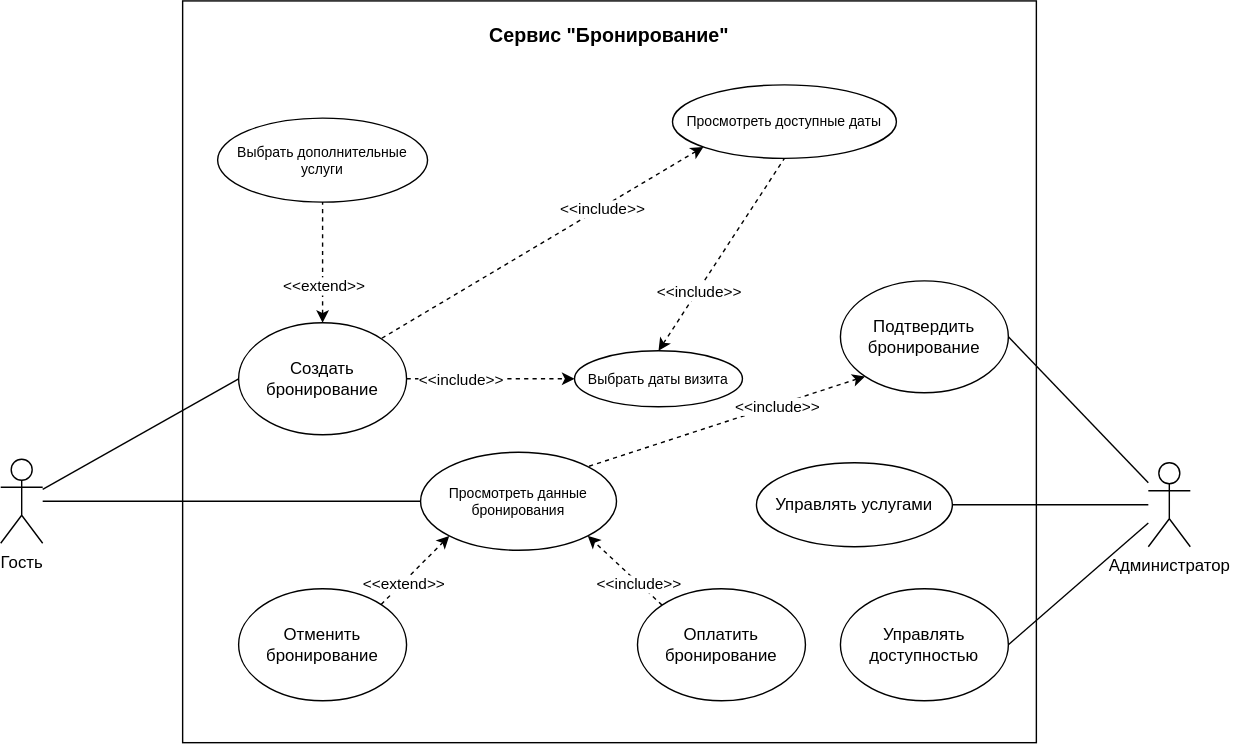
Before: diagrams/use-case-booking.svg, a diagram exported from draw.io (vladislavperovsky/lagom-resort-system-analysis). Source tidied: cells renumbered, new cells last; positions are measured from the earlier drawing's top-left corner, leaving out a move shared by most shapes.
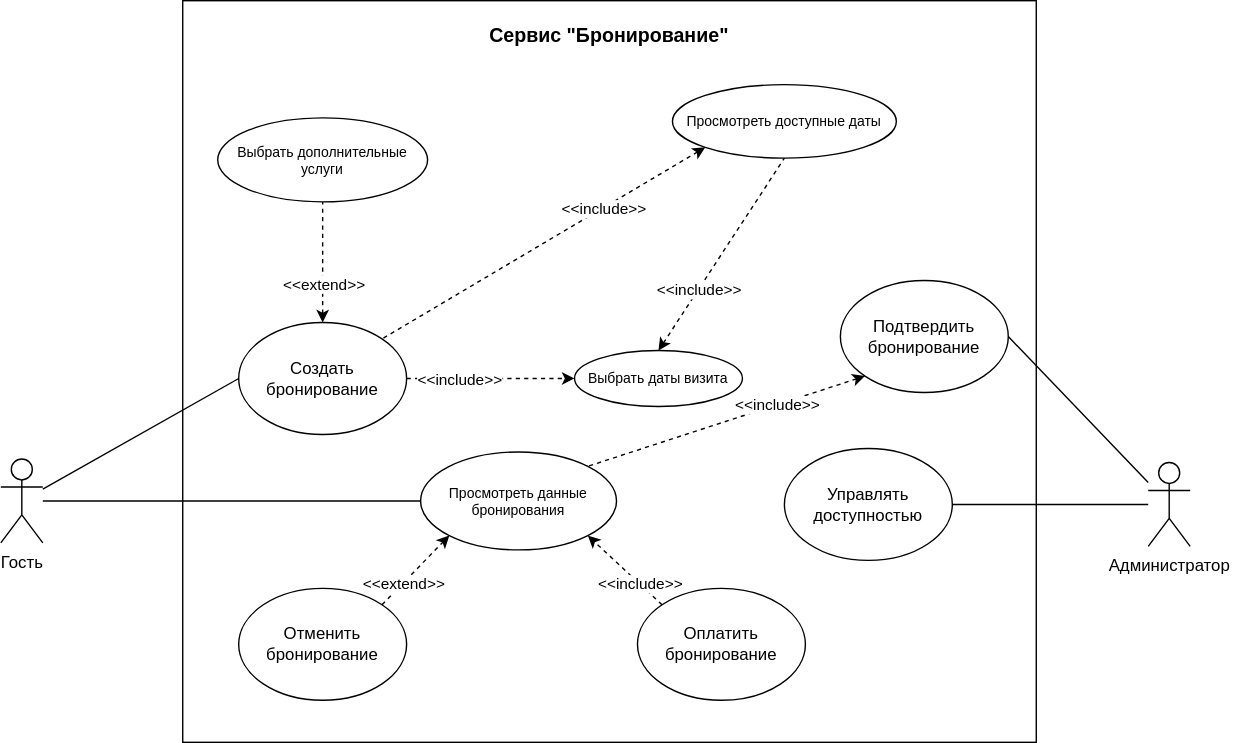
Later version of the same file.

Change to the diagram source:
```diff
@@ -62,11 +62,8 @@
     <mxCell id="21" value="Подтвердить бронирование" style="ellipse;whiteSpace=wrap;html=1;" parent="1" vertex="1">
       <mxGeometry x="600" y="200" width="120" height="80" as="geometry" />
     </mxCell>
-    <mxCell id="22" value="Управлять услугами&lt;span style=&quot;color: rgba(0, 0, 0, 0); font-family: monospace; font-size: 0px; text-align: start; white-space: nowrap;&quot;&gt;%3CmxGraphModel%3E%3Croot%3E%3CmxCell%20id%3D%220%22%2F%3E%3CmxCell%20id%3D%221%22%20parent%3D%220%22%2F%3E%3CmxCell%20id%3D%222%22%20parent%3D%221%22%20style%3D%22ellipse%3BwhiteSpace%3Dwrap%3Bhtml%3D1%3B%22%20value%3D%22%D0%9E%D0%BF%D0%BB%D0%B0%D1%82%D0%B8%D1%82%D1%8C%20%D0%B1%D1%80%D0%BE%D0%BD%D0%B8%D1%80%D0%BE%D0%B2%D0%B0%D0%BD%D0%B8%D0%B5%22%20vertex%3D%221%22%3E%3CmxGeometry%20height%3D%2280%22%20width%3D%22120%22%20x%3D%22745%22%20y%3D%22770%22%20as%3D%22geometry%22%2F%3E%3C%2FmxCell%3E%3C%2Froot%3E%3C%2FmxGraphModel%3E&lt;/span&gt;" style="ellipse;whiteSpace=wrap;html=1;" parent="1" vertex="1">
-      <mxGeometry x="540" y="330" width="140" height="60" as="geometry" />
-    </mxCell>
     <mxCell id="23" value="Управлять доступностью" style="ellipse;whiteSpace=wrap;html=1;" parent="1" vertex="1">
-      <mxGeometry x="600" y="420" width="120" height="80" as="geometry" />
+      <mxGeometry x="560" y="320" width="120" height="80" as="geometry" />
     </mxCell>
     <mxCell id="24" value="Выбрать дополнительные услуги" style="ellipse;whiteSpace=wrap;html=1;fontSize=10;" parent="1" vertex="1">
       <mxGeometry x="155" y="83.8" width="150" height="60" as="geometry" />
@@ -92,9 +89,6 @@
     <mxCell id="31" style="endArrow=none;html=1;rounded=0;entryX=1;entryY=0.5;entryDx=0;entryDy=0;" parent="1" edge="1" source="7" target="21">
       <mxGeometry relative="1" as="geometry" />
     </mxCell>
-    <mxCell id="32" style="endArrow=none;html=1;rounded=0;entryX=1;entryY=0.5;entryDx=0;entryDy=0;" parent="1" edge="1" source="7" target="22">
-      <mxGeometry relative="1" as="geometry" />
-    </mxCell>
     <mxCell id="33" style="endArrow=none;html=1;rounded=0;entryX=1;entryY=0.5;entryDx=0;entryDy=0;" parent="1" edge="1" source="7" target="23">
       <mxGeometry relative="1" as="geometry" />
     </mxCell>
```
